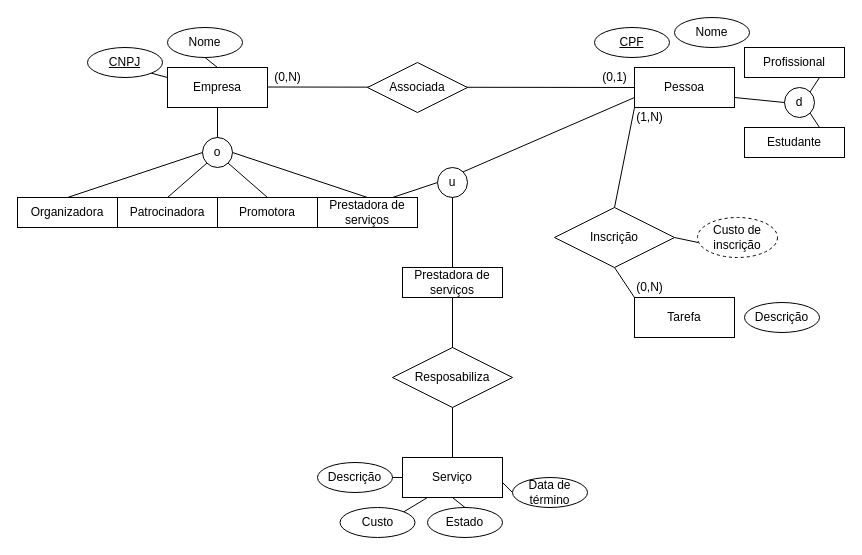
This is Untitled Diagram.drawio from VictorZuccolotto/TesteGit, a draw.io file, before an edit. Source tidied: cells renumbered, new cells numbered last; positions are measured from the earlier drawing's top-left corner, leaving out a move shared by most shapes. Both pictures are drawn from the tidied source at 100%, with x=0, y=0 at pixel (17, 17).
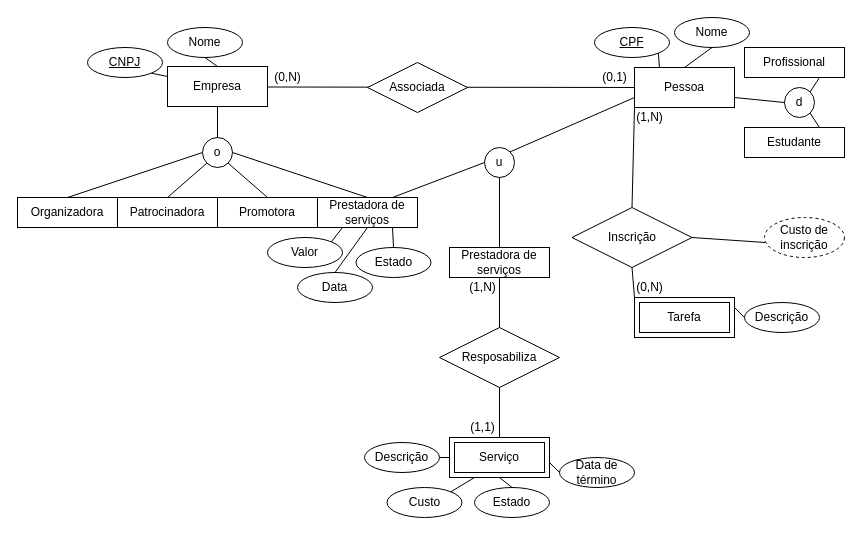
The same diagram, later.

The change refers to these unchanged cells:
```xml
<mxCell id="3" value="Pessoa" style="whiteSpace=wrap;html=1;align=center;" parent="1" vertex="1">
  <mxGeometry x="617" y="50" width="100" height="40" as="geometry" />
</mxCell>
<mxCell id="7" value="Prestadora de serviços" style="whiteSpace=wrap;html=1;align=center;" parent="1" vertex="1">
  <mxGeometry x="300" y="180" width="100" height="30" as="geometry" />
</mxCell>
<mxCell id="9" value="CPF" style="ellipse;whiteSpace=wrap;html=1;align=center;fontStyle=4;" parent="1" vertex="1">
  <mxGeometry x="577" y="10" width="75" height="30" as="geometry" />
</mxCell>
<mxCell id="11" value="Nome" style="ellipse;whiteSpace=wrap;html=1;align=center;" parent="1" vertex="1">
  <mxGeometry x="657" width="75" height="30" as="geometry" />
</mxCell>
<mxCell id="31" value="Descrição" style="ellipse;whiteSpace=wrap;html=1;align=center;" parent="1" vertex="1">
  <mxGeometry x="727" y="285" width="75" height="30" as="geometry" />
</mxCell>
```

Diff of the diagram source:
```diff
@@
     <mxCell id="2" value="Empresa" style="whiteSpace=wrap;html=1;align=center;" parent="1" vertex="1">
-      <mxGeometry x="150" y="50" width="100" height="40" as="geometry" />
+      <mxGeometry x="150" y="49" width="100" height="40" as="geometry" />
     </mxCell>
@@
     <mxCell id="21" value="Inscrição" style="shape=rhombus;perimeter=rhombusPerimeter;whiteSpace=wrap;html=1;align=center;" parent="1" vertex="1">
-      <mxGeometry x="537" y="190" width="120" height="60" as="geometry" />
+      <mxGeometry x="554.5" y="190" width="120" height="60" as="geometry" />
     </mxCell>
@@
-    <mxCell id="30" value="Tarefa" style="whiteSpace=wrap;html=1;align=center;" parent="1" vertex="1">
-      <mxGeometry x="617" y="280" width="100" height="40" as="geometry" />
-    </mxCell>
@@
-    <mxCell id="33" value="Serviço" style="whiteSpace=wrap;html=1;align=center;" parent="1" vertex="1">
-      <mxGeometry x="385" y="440" width="100" height="40" as="geometry" />
-    </mxCell>
     <mxCell id="34" value="u" style="ellipse;whiteSpace=wrap;html=1;" parent="1" vertex="1">
-      <mxGeometry x="420" y="150" width="30" height="30" as="geometry" />
+      <mxGeometry x="467" y="130" width="30" height="30" as="geometry" />
     </mxCell>
@@
-    <mxCell id="37" style="endArrow=none;html=1;rounded=0;exitX=0.5;exitY=1;exitDx=0;exitDy=0;entryX=0.5;entryY=0;entryDx=0;entryDy=0;" parent="1" edge="1" source="49" target="33">
-      <mxGeometry relative="1" as="geometry" />
+    <mxCell id="37" style="endArrow=none;html=1;rounded=0;exitX=0.5;exitY=1;exitDx=0;exitDy=0;entryX=0.5;entryY=0;entryDx=0;entryDy=0;" parent="1" edge="1" source="49">
+      <mxGeometry relative="1" as="geometry">
+        <mxPoint x="482" y="420" as="targetPoint" />
+      </mxGeometry>
     </mxCell>
     <mxCell id="38" value="Resposabiliza" style="shape=rhombus;perimeter=rhombusPerimeter;whiteSpace=wrap;html=1;align=center;" parent="1" vertex="1">
-      <mxGeometry x="375" y="330" width="120" height="60" as="geometry" />
+      <mxGeometry x="422" y="310" width="120" height="60" as="geometry" />
     </mxCell>
     <mxCell id="39" value="Descrição" style="ellipse;whiteSpace=wrap;html=1;align=center;" parent="1" vertex="1">
-      <mxGeometry x="300" y="445" width="75" height="30" as="geometry" />
+      <mxGeometry x="347" y="425" width="75" height="30" as="geometry" />
     </mxCell>
     <mxCell id="40" value="Custo" style="ellipse;whiteSpace=wrap;html=1;align=center;" parent="1" vertex="1">
-      <mxGeometry x="322.5" y="490" width="75" height="30" as="geometry" />
+      <mxGeometry x="369.5" y="470" width="75" height="30" as="geometry" />
     </mxCell>
     <mxCell id="41" value="Estado" style="ellipse;whiteSpace=wrap;html=1;align=center;" parent="1" vertex="1">
-      <mxGeometry x="410" y="490" width="75" height="30" as="geometry" />
+      <mxGeometry x="457" y="470" width="75" height="30" as="geometry" />
     </mxCell>
-    <mxCell id="42" style="endArrow=none;html=1;rounded=0;exitX=0;exitY=0.5;exitDx=0;exitDy=0;entryX=1;entryY=0.5;entryDx=0;entryDy=0;" parent="1" edge="1" source="33" target="39">
-      <mxGeometry relative="1" as="geometry" />
+    <mxCell id="42" style="endArrow=none;html=1;rounded=0;exitX=0;exitY=0.5;exitDx=0;exitDy=0;entryX=1;entryY=0.5;entryDx=0;entryDy=0;" parent="1" edge="1">
+      <mxGeometry relative="1" as="geometry">
+        <mxPoint x="432" y="440" as="sourcePoint" />
+        <mxPoint x="422" y="440" as="targetPoint" />
+      </mxGeometry>
     </mxCell>
-    <mxCell id="43" style="endArrow=none;html=1;rounded=0;exitX=0.25;exitY=1;exitDx=0;exitDy=0;entryX=1;entryY=0;entryDx=0;entryDy=0;" parent="1" edge="1" source="33" target="40">
-      <mxGeometry relative="1" as="geometry" />
+    <mxCell id="43" style="endArrow=none;html=1;rounded=0;exitX=0.25;exitY=1;exitDx=0;exitDy=0;entryX=1;entryY=0;entryDx=0;entryDy=0;" parent="1" edge="1" target="40">
+      <mxGeometry relative="1" as="geometry">
+        <mxPoint x="457" y="460" as="sourcePoint" />
+      </mxGeometry>
     </mxCell>
-    <mxCell id="44" style="endArrow=none;html=1;rounded=0;exitX=0.5;exitY=1;exitDx=0;exitDy=0;entryX=0.5;entryY=0;entryDx=0;entryDy=0;" parent="1" edge="1" source="33" target="41">
-      <mxGeometry relative="1" as="geometry" />
+    <mxCell id="44" style="endArrow=none;html=1;rounded=0;exitX=0.5;exitY=1;exitDx=0;exitDy=0;entryX=0.5;entryY=0;entryDx=0;entryDy=0;" parent="1" edge="1" target="41">
+      <mxGeometry relative="1" as="geometry">
+        <mxPoint x="482" y="460" as="sourcePoint" />
+      </mxGeometry>
     </mxCell>
     <mxCell id="45" value="Data de término" style="ellipse;whiteSpace=wrap;html=1;align=center;" parent="1" vertex="1">
-      <mxGeometry x="495" y="460" width="75" height="30" as="geometry" />
+      <mxGeometry x="542" y="440" width="75" height="30" as="geometry" />
     </mxCell>
     <mxCell id="46" style="endArrow=none;html=1;rounded=0;exitX=1;exitY=0.5;exitDx=0;exitDy=0;entryX=0;entryY=0.5;entryDx=0;entryDy=0;" parent="1" edge="1" target="45">
       <mxGeometry relative="1" as="geometry">
-        <mxPoint x="485" y="465" as="sourcePoint" />
+        <mxPoint x="532" y="445" as="sourcePoint" />
       </mxGeometry>
     </mxCell>
@@
     <mxCell id="49" value="Prestadora de serviços" style="whiteSpace=wrap;html=1;align=center;" parent="1" vertex="1">
-      <mxGeometry x="385" y="250" width="100" height="30" as="geometry" />
+      <mxGeometry x="432" y="230" width="100" height="30" as="geometry" />
     </mxCell>
@@
-    <mxCell id="51" style="endArrow=none;html=1;rounded=0;entryX=0;entryY=0;entryDx=0;entryDy=0;exitX=0.5;exitY=1;exitDx=0;exitDy=0;" parent="1" edge="1" source="21" target="30">
-      <mxGeometry relative="1" as="geometry" />
+    <mxCell id="51" style="endArrow=none;html=1;rounded=0;entryX=0;entryY=0;entryDx=0;entryDy=0;exitX=0.5;exitY=1;exitDx=0;exitDy=0;" parent="1" edge="1" source="21">
+      <mxGeometry relative="1" as="geometry">
+        <mxPoint x="617" y="280" as="targetPoint" />
+      </mxGeometry>
     </mxCell>
@@
     <mxCell id="54" value="Custo de inscrição" style="ellipse;whiteSpace=wrap;html=1;align=center;dashed=1;" parent="1" vertex="1">
-      <mxGeometry x="680" y="200" width="80" height="40" as="geometry" />
+      <mxGeometry x="747" y="200" width="80" height="40" as="geometry" />
     </mxCell>
+    <mxCell id="30" value="Tarefa" style="shape=ext;margin=3;double=1;whiteSpace=wrap;html=1;align=center;" parent="1" vertex="1">
+      <mxGeometry x="617" y="280" width="100" height="40" as="geometry" />
+    </mxCell>
+    <mxCell id="33" value="Serviço" style="shape=ext;margin=3;double=1;whiteSpace=wrap;html=1;align=center;" parent="1" vertex="1">
+      <mxGeometry x="432" y="420" width="100" height="40" as="geometry" />
+    </mxCell>
+    <mxCell id="55" style="endArrow=none;html=1;rounded=0;entryX=1;entryY=1;entryDx=0;entryDy=0;exitX=0.25;exitY=0;exitDx=0;exitDy=0;" parent="1" edge="1" source="3" target="9">
+      <mxGeometry relative="1" as="geometry" />
+    </mxCell>
+    <mxCell id="56" style="endArrow=none;html=1;rounded=0;entryX=0.5;entryY=1;entryDx=0;entryDy=0;exitX=0.5;exitY=0;exitDx=0;exitDy=0;" parent="1" edge="1" source="3" target="11">
+      <mxGeometry relative="1" as="geometry" />
+    </mxCell>
+    <mxCell id="57" style="endArrow=none;html=1;rounded=0;entryX=1;entryY=0.25;entryDx=0;entryDy=0;exitX=0;exitY=0.5;exitDx=0;exitDy=0;" parent="1" edge="1" source="31" target="30">
+      <mxGeometry relative="1" as="geometry" />
+    </mxCell>
+    <mxCell id="58" value="Valor" style="ellipse;whiteSpace=wrap;html=1;align=center;" parent="1" vertex="1">
+      <mxGeometry x="250" y="220" width="75" height="30" as="geometry" />
+    </mxCell>
+    <mxCell id="59" value="Estado" style="ellipse;whiteSpace=wrap;html=1;align=center;" parent="1" vertex="1">
+      <mxGeometry x="338.5" y="230" width="75" height="30" as="geometry" />
+    </mxCell>
+    <mxCell id="60" value="Data" style="ellipse;whiteSpace=wrap;html=1;align=center;" parent="1" vertex="1">
+      <mxGeometry x="280" y="255" width="75" height="30" as="geometry" />
+    </mxCell>
+    <mxCell id="61" style="endArrow=none;html=1;rounded=0;entryX=0.75;entryY=1;entryDx=0;entryDy=0;exitX=0.5;exitY=0;exitDx=0;exitDy=0;" parent="1" edge="1" source="59" target="7">
+      <mxGeometry relative="1" as="geometry" />
+    </mxCell>
+    <mxCell id="62" style="endArrow=none;html=1;rounded=0;entryX=0.5;entryY=1;entryDx=0;entryDy=0;exitX=0.5;exitY=0;exitDx=0;exitDy=0;" parent="1" edge="1" source="60" target="7">
+      <mxGeometry relative="1" as="geometry" />
+    </mxCell>
+    <mxCell id="63" style="endArrow=none;html=1;rounded=0;entryX=0.25;entryY=1;entryDx=0;entryDy=0;exitX=1;exitY=0;exitDx=0;exitDy=0;" parent="1" edge="1" source="58" target="7">
+      <mxGeometry relative="1" as="geometry" />
+    </mxCell>
+    <mxCell id="64" value="(1,N)" style="text;html=1;align=center;verticalAlign=middle;" parent="1" vertex="1">
+      <mxGeometry x="444.5" y="260" width="40" height="20" as="geometry" />
+    </mxCell>
+    <mxCell id="65" value="(1,1)" style="text;html=1;align=center;verticalAlign=middle;" parent="1" vertex="1">
+      <mxGeometry x="444.5" y="400" width="40" height="20" as="geometry" />
+    </mxCell>
```
